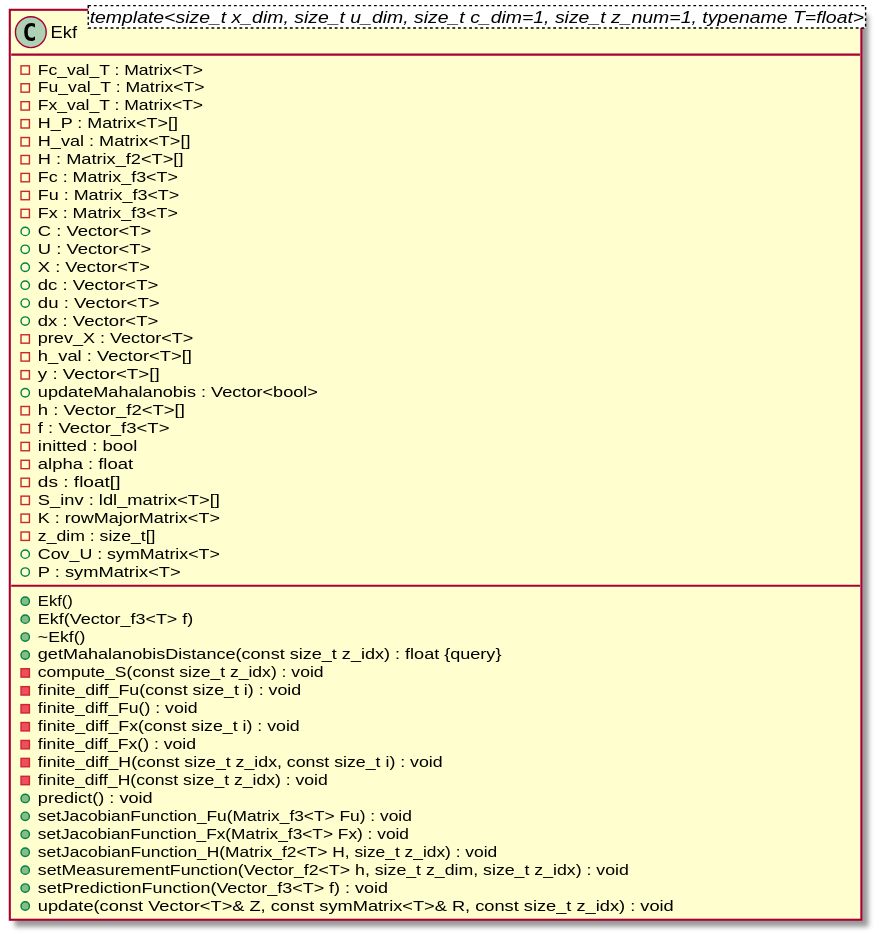
robinAZERTY/bayesian_filter keeps this PlantUML diagram as docs/architecture/classDiagram.svg. Above is the earlier version.
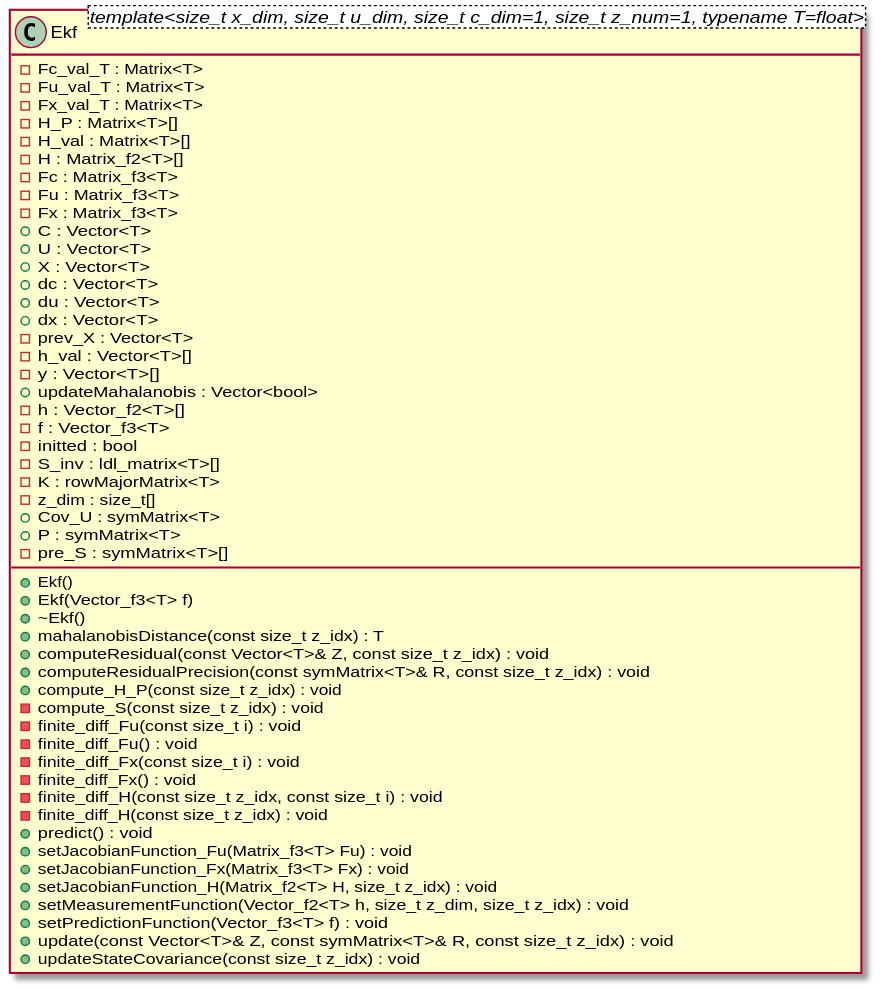
The same diagram one commit later.

Commit message:
Updated UML diagram

The edit, as a diff of the source:
```diff
@@ -18,6 +18,7 @@
 	-Fc : Matrix_f3<T>
 	-Fu : Matrix_f3<T>
 	-Fx : Matrix_f3<T>
+	+mahalanobisDistance(const size_t z_idx) : T
 	+C : Vector<T>
 	+U : Vector<T>
 	+X : Vector<T>
@@ -31,14 +32,15 @@
 	-h : Vector_f2<T>[]
 	-f : Vector_f3<T>
 	-initted : bool
-	-alpha : float
-	+getMahalanobisDistance(const size_t z_idx) : float {query}
-	-ds : float[]
 	-S_inv : ldl_matrix<T>[]
 	-K : rowMajorMatrix<T>
 	-z_dim : size_t[]
 	+Cov_U : symMatrix<T>
 	+P : symMatrix<T>
+	-pre_S : symMatrix<T>[]
+	+computeResidual(const Vector<T>& Z, const size_t z_idx) : void
+	+computeResidualPrecision(const symMatrix<T>& R, const size_t z_idx) : void
+	+compute_H_P(const size_t z_idx) : void
 	-compute_S(const size_t z_idx) : void
 	-finite_diff_Fu(const size_t i) : void
 	-finite_diff_Fu() : void
@@ -53,6 +55,7 @@
 	+setMeasurementFunction(Vector_f2<T> h, size_t z_dim, size_t z_idx) : void
 	+setPredictionFunction(Vector_f3<T> f) : void
 	+update(const Vector<T>& Z, const symMatrix<T>& R, const size_t z_idx) : void
+	+updateStateCovariance(const size_t z_idx) : void
 }
 
 
```
